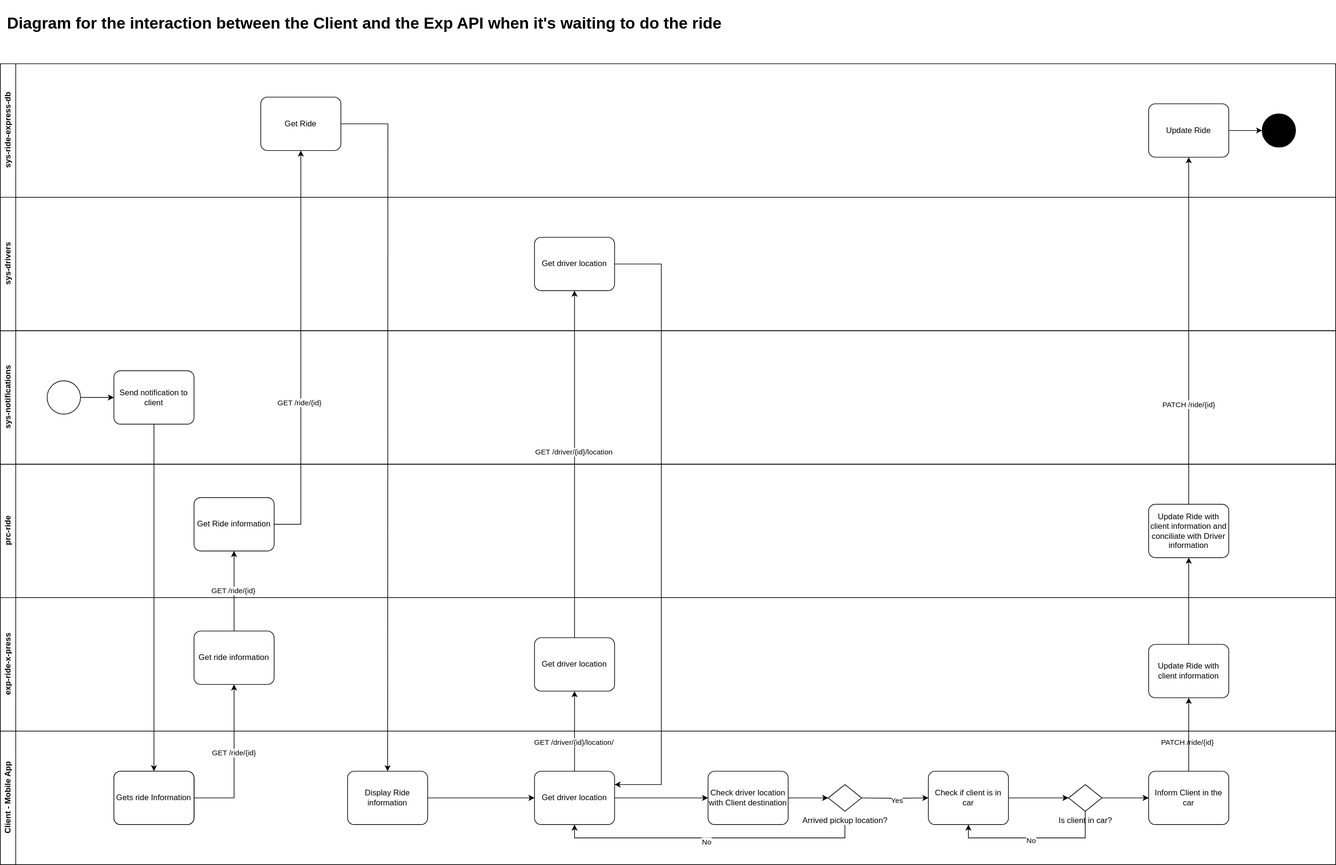
RideXpress/docs keeps this draw.io diagram as architecture/diagrams/use-cases/wait-for-ride-use-case.drawio.svg. Above is the earlier version. Source tidied: cells renumbered, new cells last; positions are measured from the earlier drawing's top-left corner, leaving out a move shared by most shapes.
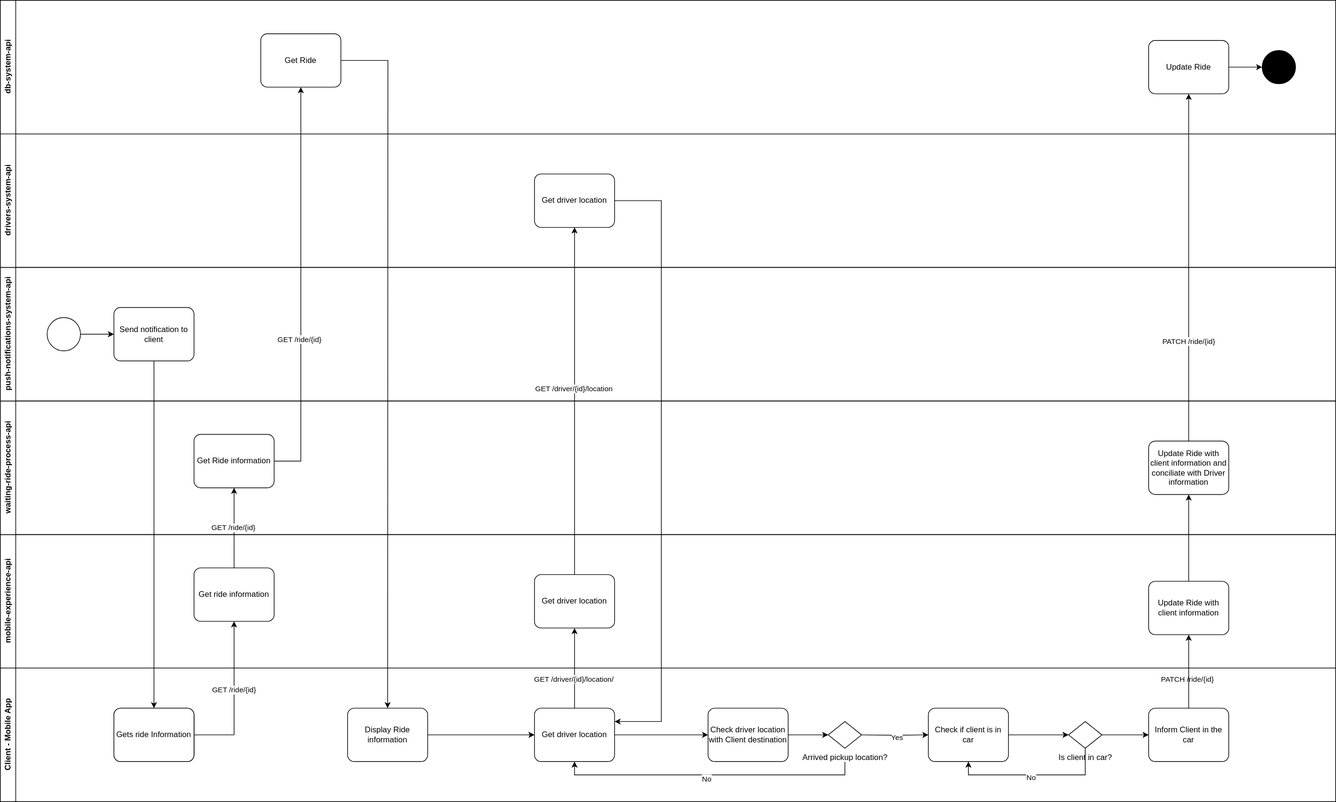
After the commit.

The edit, as a diff of the source:
```diff
@@ -2,7 +2,7 @@
   <root>
     <mxCell id="0" />
     <mxCell id="1" parent="0" />
-    <mxCell id="2" value="exp-ride-x-press" style="swimlane;horizontal=0;whiteSpace=wrap;html=1;" parent="1" vertex="1">
+    <mxCell id="2" value="mobile-experience-api" style="swimlane;horizontal=0;whiteSpace=wrap;html=1;" parent="1" vertex="1">
       <mxGeometry y="895" width="2000" height="200" as="geometry" />
     </mxCell>
     <mxCell id="3" value="Client - Mobile App" style="swimlane;horizontal=0;whiteSpace=wrap;html=1;" parent="1" vertex="1">
@@ -26,10 +26,10 @@
     <mxCell id="7" value="No" style="edgeLabel;html=1;align=center;verticalAlign=middle;" parent="6" vertex="1">
       <mxGeometry x="0.02" y="5" relative="1" as="geometry" />
     </mxCell>
-    <mxCell id="8" value="prc-ride" style="swimlane;horizontal=0;whiteSpace=wrap;html=1;" parent="1" vertex="1">
+    <mxCell id="8" value="waiting-ride-process-api" style="swimlane;horizontal=0;whiteSpace=wrap;html=1;" parent="1" vertex="1">
       <mxGeometry y="695" width="2000" height="200" as="geometry" />
     </mxCell>
-    <mxCell id="9" value="sys-notifications" style="swimlane;horizontal=0;whiteSpace=wrap;html=1;" parent="1" vertex="1">
+    <mxCell id="9" value="push-notifications-system-api" style="swimlane;horizontal=0;whiteSpace=wrap;html=1;" parent="1" vertex="1">
       <mxGeometry y="495" width="2000" height="200" as="geometry" />
     </mxCell>
     <mxCell id="10" value="Send notification to client" style="points=[[0.25,0,0],[0.5,0,0],[0.75,0,0],[1,0.25,0],[1,0.5,0],[1,0.75,0],[0.75,1,0],[0.5,1,0],[0.25,1,0],[0,0.75,0],[0,0.5,0],[0,0.25,0]];shape=mxgraph.bpmn.task;whiteSpace=wrap;rectStyle=rounded;size=10;html=1;taskMarker=abstract;" parent="9" vertex="1">
@@ -43,13 +43,13 @@
     </mxCell>
     <mxCell id="13" style="edgeStyle=orthogonalEdgeStyle;rounded=0;orthogonalLoop=1;jettySize=auto;html=1;" parent="1" edge="1">
       <mxGeometry relative="1" as="geometry">
-        <mxPoint x="1950" y="800" as="sourcePoint" />
+        <mxPoint x="1950" y="895" as="sourcePoint" />
         <Array as="points">
-          <mxPoint x="1950" y="440" />
+          <mxPoint x="1950" y="535" />
         </Array>
       </mxGeometry>
     </mxCell>
-    <mxCell id="14" value="sys-ride-express-db" style="swimlane;horizontal=0;whiteSpace=wrap;html=1;" parent="1" vertex="1">
+    <mxCell id="14" value="db-system-api" style="swimlane;horizontal=0;whiteSpace=wrap;html=1;" parent="1" vertex="1">
       <mxGeometry y="95" width="2000" height="200" as="geometry" />
     </mxCell>
     <mxCell id="15" value="Get Ride" style="points=[[0.25,0,0],[0.5,0,0],[0.75,0,0],[1,0.25,0],[1,0.5,0],[1,0.75,0],[0.75,1,0],[0.5,1,0],[0.25,1,0],[0,0.75,0],[0,0.5,0],[0,0.25,0]];shape=mxgraph.bpmn.task;whiteSpace=wrap;rectStyle=rounded;size=10;html=1;taskMarker=abstract;" parent="14" vertex="1">
@@ -198,10 +198,7 @@
     <mxCell id="57" style="edgeStyle=orthogonalEdgeStyle;rounded=0;jettySize=auto;html=1;entryX=0.5;entryY=1;entryDx=0;entryDy=0;entryPerimeter=0;" parent="1" edge="1" source="50" target="51">
       <mxGeometry relative="1" as="geometry" />
     </mxCell>
-    <mxCell id="58" value="&lt;h1&gt;Diagram for the interaction between the Client and the Exp API when it's waiting to do the ride&lt;/h1&gt;" style="text;html=1;align=center;verticalAlign=middle;strokeColor=none;fillColor=none;" parent="1" vertex="1">
-      <mxGeometry width="1090" height="70" as="geometry" />
-    </mxCell>
-    <mxCell id="59" value="sys-drivers" style="swimlane;horizontal=0;whiteSpace=wrap;html=1;" parent="1" vertex="1">
+    <mxCell id="59" value="drivers-system-api" style="swimlane;horizontal=0;whiteSpace=wrap;html=1;" parent="1" vertex="1">
       <mxGeometry y="295" width="2000" height="200" as="geometry" />
     </mxCell>
     <mxCell id="60" value="Get driver location" style="points=[[0.25,0,0],[0.5,0,0],[0.75,0,0],[1,0.25,0],[1,0.5,0],[1,0.75,0],[0.75,1,0],[0.5,1,0],[0.25,1,0],[0,0.75,0],[0,0.5,0],[0,0.25,0]];shape=mxgraph.bpmn.task;whiteSpace=wrap;rectStyle=rounded;size=10;html=1;taskMarker=abstract;" parent="59" vertex="1">
```
